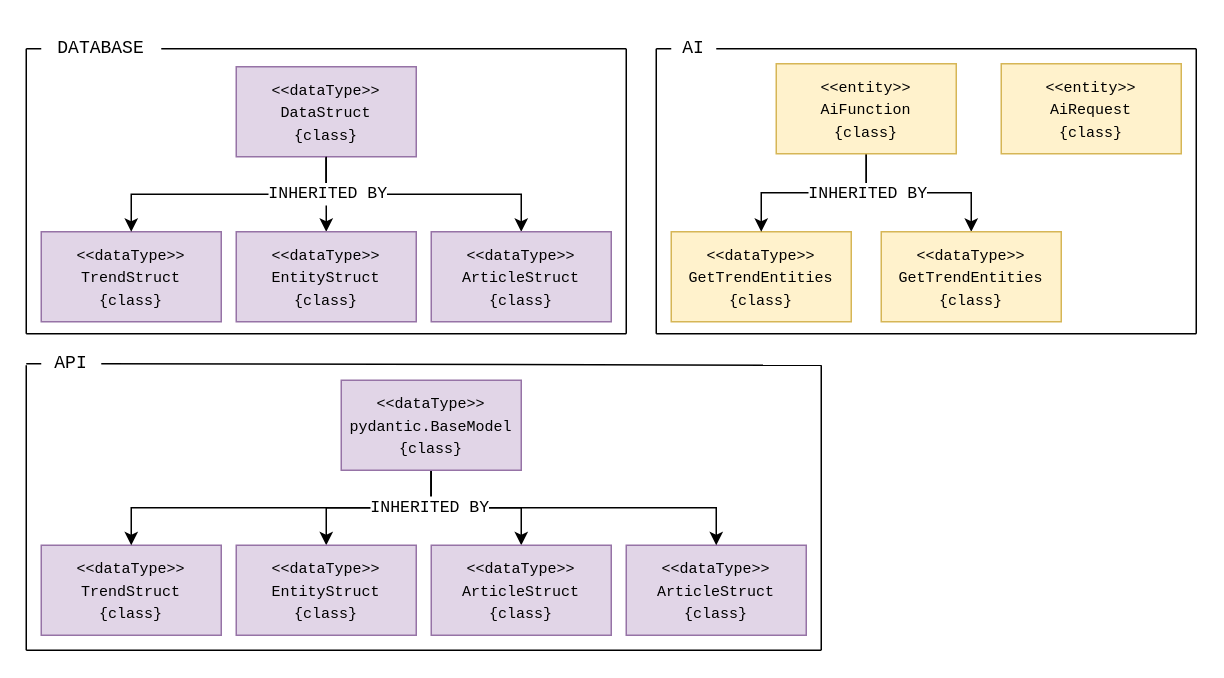
JamieLevitt/CiteThis keeps this draw.io diagram as Documentation/Diagrams/ConceptualClassOverviewDiagram.drawio. Above is the earlier version. Source tidied: cells renumbered, new cells numbered last; positions are measured from the earlier drawing's top-left corner, leaving out a move shared by most shapes. Both pictures are drawn from the tidied source at 150%, with x=0, y=0 at pixel (26, 26).
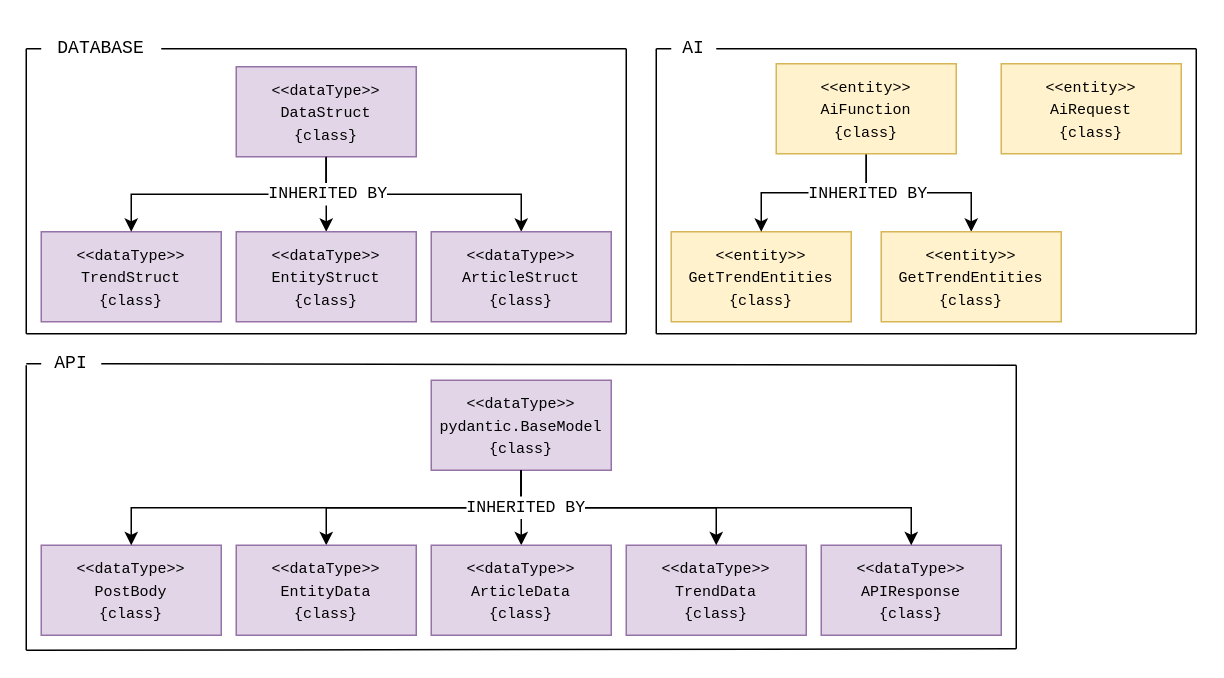
The same page after the edit.

The change refers to these unchanged cells:
```xml
<mxCell id="2" style="group;" parent="1" vertex="1">
  <mxGeometry y="5" width="420" height="375" as="geometry" />
</mxCell>
<mxCell id="24" style="edgeStyle=orthogonalEdgeStyle;rounded=0;jettySize=auto;html=1;exitX=0.5;exitY=1;exitDx=0;exitDy=0;entryX=0.5;entryY=0;entryDx=0;entryDy=0;" parent="1" edge="1" source="26" target="18">
  <mxGeometry relative="1" as="geometry" />
</mxCell>
<mxCell id="33" style="group;" parent="1" vertex="1">
  <mxGeometry x="420" width="360" height="205" as="geometry" />
</mxCell>
```

Change to the diagram source:
```diff
@@
+    <mxCell id="26" value="&lt;div&gt;&lt;font face=&quot;Courier New&quot; style=&quot;font-size: 10px;&quot;&gt;&amp;lt;&amp;lt;dataType&amp;gt;&amp;gt;&lt;/font&gt;&lt;/div&gt;&lt;div&gt;&lt;font size=&quot;1&quot; face=&quot;Courier New&quot;&gt;pydantic.BaseModel&lt;/font&gt;&lt;/div&gt;&lt;div&gt;&lt;font face=&quot;Courier New&quot; size=&quot;1&quot;&gt;{class}&lt;/font&gt;&lt;/div&gt;" style="rounded=0;whiteSpace=wrap;html=1;fillColor=#e1d5e7;strokeColor=#9673a6;" parent="2" vertex="1">
+      <mxGeometry x="270" y="231" width="120" height="60" as="geometry" />
+    </mxCell>
-    <mxCell id="18" value="&lt;div&gt;&lt;font face=&quot;Courier New&quot; style=&quot;font-size: 10px;&quot;&gt;&amp;lt;&amp;lt;dataType&amp;gt;&amp;gt;&lt;/font&gt;&lt;/div&gt;&lt;div&gt;&lt;span style=&quot;font-family: &amp;quot;Courier New&amp;quot;; font-size: x-small; background-color: transparent; color: light-dark(rgb(0, 0, 0), rgb(255, 255, 255));&quot;&gt;ArticleStruct&lt;/span&gt;&lt;/div&gt;&lt;div&gt;&lt;span style=&quot;font-family: &amp;quot;Courier New&amp;quot;; font-size: x-small; background-color: transparent; color: light-dark(rgb(0, 0, 0), rgb(255, 255, 255));&quot;&gt;{class}&lt;/span&gt;&lt;/div&gt;" style="rounded=0;whiteSpace=wrap;html=1;fillColor=#e1d5e7;strokeColor=#9673a6;" parent="1" vertex="1">
+    <mxCell id="18" value="&lt;div&gt;&lt;font face=&quot;Courier New&quot; style=&quot;font-size: 10px;&quot;&gt;&amp;lt;&amp;lt;dataType&amp;gt;&amp;gt;&lt;/font&gt;&lt;/div&gt;&lt;div&gt;&lt;font size=&quot;1&quot; face=&quot;Courier New&quot;&gt;TrendData&lt;/font&gt;&lt;/div&gt;&lt;div&gt;&lt;span style=&quot;font-family: &amp;quot;Courier New&amp;quot;; font-size: x-small; background-color: transparent; color: light-dark(rgb(0, 0, 0), rgb(255, 255, 255));&quot;&gt;{class}&lt;/span&gt;&lt;/div&gt;" style="rounded=0;whiteSpace=wrap;html=1;fillColor=#e1d5e7;strokeColor=#9673a6;" parent="1" vertex="1">
       <mxGeometry x="400" y="346" width="120" height="60" as="geometry" />
     </mxCell>
     <mxCell id="19" style="endArrow=none;html=1;rounded=0;exitX=1;exitY=0.5;exitDx=0;exitDy=0;" parent="1" edge="1">
       <mxGeometry relative="1" as="geometry">
         <mxPoint x="50" y="225" as="sourcePoint" />
-        <mxPoint x="530" y="226" as="targetPoint" />
+        <mxPoint x="660" y="226" as="targetPoint" />
       </mxGeometry>
     </mxCell>
-    <mxCell id="20" value="&lt;div&gt;&lt;font face=&quot;Courier New&quot; style=&quot;font-size: 10px;&quot;&gt;&amp;lt;&amp;lt;dataType&amp;gt;&amp;gt;&lt;/font&gt;&lt;/div&gt;&lt;div&gt;&lt;font face=&quot;Courier New&quot; size=&quot;1&quot;&gt;TrendStruct&lt;/font&gt;&lt;/div&gt;&lt;div&gt;&lt;font face=&quot;Courier New&quot; size=&quot;1&quot;&gt;{class}&lt;/font&gt;&lt;/div&gt;" style="rounded=0;whiteSpace=wrap;html=1;fillColor=#e1d5e7;strokeColor=#9673a6;" parent="1" vertex="1">
+    <mxCell id="20" value="&lt;div&gt;&lt;font face=&quot;Courier New&quot; style=&quot;font-size: 10px;&quot;&gt;&amp;lt;&amp;lt;dataType&amp;gt;&amp;gt;&lt;/font&gt;&lt;/div&gt;&lt;div&gt;&lt;font size=&quot;1&quot; face=&quot;Courier New&quot;&gt;PostBody&lt;/font&gt;&lt;/div&gt;&lt;div&gt;&lt;font face=&quot;Courier New&quot; size=&quot;1&quot;&gt;{class}&lt;/font&gt;&lt;/div&gt;" style="rounded=0;whiteSpace=wrap;html=1;fillColor=#e1d5e7;strokeColor=#9673a6;" parent="1" vertex="1">
       <mxGeometry x="10" y="346" width="120" height="60" as="geometry" />
     </mxCell>
@@
-    <mxCell id="25" value="&lt;font face=&quot;Courier New&quot;&gt;INHERITED BY&lt;/font&gt;" style="edgeLabel;html=1;align=center;verticalAlign=middle;" parent="24" vertex="1">
-      <mxGeometry x="-0.8" y="-2" relative="1" as="geometry" />
-    </mxCell>
-    <mxCell id="26" value="&lt;div&gt;&lt;font face=&quot;Courier New&quot; style=&quot;font-size: 10px;&quot;&gt;&amp;lt;&amp;lt;dataType&amp;gt;&amp;gt;&lt;/font&gt;&lt;/div&gt;&lt;div&gt;&lt;font size=&quot;1&quot; face=&quot;Courier New&quot;&gt;pydantic.BaseModel&lt;/font&gt;&lt;/div&gt;&lt;div&gt;&lt;font face=&quot;Courier New&quot; size=&quot;1&quot;&gt;{class}&lt;/font&gt;&lt;/div&gt;" style="rounded=0;whiteSpace=wrap;html=1;fillColor=#e1d5e7;strokeColor=#9673a6;" parent="1" vertex="1">
-      <mxGeometry x="210" y="236" width="120" height="60" as="geometry" />
-    </mxCell>
-    <mxCell id="27" value="&lt;div&gt;&lt;font face=&quot;Courier New&quot; style=&quot;font-size: 10px;&quot;&gt;&amp;lt;&amp;lt;dataType&amp;gt;&amp;gt;&lt;/font&gt;&lt;/div&gt;&lt;div&gt;&lt;font face=&quot;Courier New&quot; size=&quot;1&quot;&gt;EntityStruct&lt;/font&gt;&lt;/div&gt;&lt;div&gt;&lt;font face=&quot;Courier New&quot; size=&quot;1&quot;&gt;{class}&lt;/font&gt;&lt;/div&gt;" style="rounded=0;whiteSpace=wrap;html=1;fillColor=#e1d5e7;strokeColor=#9673a6;" parent="1" vertex="1">
+    <mxCell id="27" value="&lt;div&gt;&lt;font face=&quot;Courier New&quot; style=&quot;font-size: 10px;&quot;&gt;&amp;lt;&amp;lt;dataType&amp;gt;&amp;gt;&lt;/font&gt;&lt;/div&gt;&lt;div&gt;&lt;font size=&quot;1&quot; face=&quot;Courier New&quot;&gt;EntityData&lt;/font&gt;&lt;/div&gt;&lt;div&gt;&lt;font face=&quot;Courier New&quot; size=&quot;1&quot;&gt;{class}&lt;/font&gt;&lt;/div&gt;" style="rounded=0;whiteSpace=wrap;html=1;fillColor=#e1d5e7;strokeColor=#9673a6;" parent="1" vertex="1">
       <mxGeometry x="140" y="346" width="120" height="60" as="geometry" />
     </mxCell>
-    <mxCell id="28" value="&lt;div&gt;&lt;font face=&quot;Courier New&quot; style=&quot;font-size: 10px;&quot;&gt;&amp;lt;&amp;lt;dataType&amp;gt;&amp;gt;&lt;/font&gt;&lt;/div&gt;&lt;div&gt;&lt;span style=&quot;font-family: &amp;quot;Courier New&amp;quot;; font-size: x-small; background-color: transparent; color: light-dark(rgb(0, 0, 0), rgb(255, 255, 255));&quot;&gt;ArticleStruct&lt;/span&gt;&lt;/div&gt;&lt;div&gt;&lt;span style=&quot;font-family: &amp;quot;Courier New&amp;quot;; font-size: x-small; background-color: transparent; color: light-dark(rgb(0, 0, 0), rgb(255, 255, 255));&quot;&gt;{class}&lt;/span&gt;&lt;/div&gt;" style="rounded=0;whiteSpace=wrap;html=1;fillColor=#e1d5e7;strokeColor=#9673a6;" parent="1" vertex="1">
+    <mxCell id="28" value="&lt;div&gt;&lt;font face=&quot;Courier New&quot; style=&quot;font-size: 10px;&quot;&gt;&amp;lt;&amp;lt;dataType&amp;gt;&amp;gt;&lt;/font&gt;&lt;/div&gt;&lt;div&gt;&lt;font size=&quot;1&quot; face=&quot;Courier New&quot;&gt;ArticleData&lt;/font&gt;&lt;/div&gt;&lt;div&gt;&lt;span style=&quot;font-family: &amp;quot;Courier New&amp;quot;; font-size: x-small; background-color: transparent; color: light-dark(rgb(0, 0, 0), rgb(255, 255, 255));&quot;&gt;{class}&lt;/span&gt;&lt;/div&gt;" style="rounded=0;whiteSpace=wrap;html=1;fillColor=#e1d5e7;strokeColor=#9673a6;" parent="1" vertex="1">
       <mxGeometry x="270" y="346" width="120" height="60" as="geometry" />
     </mxCell>
     <mxCell id="29" style="endArrow=none;html=1;rounded=0;" parent="1" edge="1">
       <mxGeometry relative="1" as="geometry">
         <mxPoint y="416" as="sourcePoint" />
-        <mxPoint x="530" y="416" as="targetPoint" />
+        <mxPoint x="660" y="415" as="targetPoint" />
       </mxGeometry>
     </mxCell>
@@
     <mxCell id="32" style="endArrow=none;html=1;rounded=0;" parent="1" edge="1">
       <mxGeometry relative="1" as="geometry">
-        <mxPoint x="530" y="416" as="sourcePoint" />
-        <mxPoint x="530" y="226" as="targetPoint" />
+        <mxPoint x="660" y="415" as="sourcePoint" />
+        <mxPoint x="660" y="226" as="targetPoint" />
+        <Array as="points">
+          <mxPoint x="660" y="315" />
+        </Array>
       </mxGeometry>
     </mxCell>
@@
-    <mxCell id="36" value="&lt;div&gt;&lt;font face=&quot;Courier New&quot; style=&quot;font-size: 10px;&quot;&gt;&amp;lt;&amp;lt;dataType&amp;gt;&amp;gt;&lt;/font&gt;&lt;/div&gt;&lt;div&gt;&lt;font size=&quot;1&quot; face=&quot;Courier New&quot;&gt;GetTrendEntities&lt;/font&gt;&lt;/div&gt;&lt;div&gt;&lt;font face=&quot;Courier New&quot; size=&quot;1&quot;&gt;{class}&lt;/font&gt;&lt;/div&gt;" style="rounded=0;whiteSpace=wrap;html=1;fillColor=#fff2cc;strokeColor=#d6b656;" parent="33" vertex="1">
+    <mxCell id="36" value="&lt;div&gt;&lt;font face=&quot;Courier New&quot; style=&quot;font-size: 10px;&quot;&gt;&amp;lt;&amp;lt;entity&amp;gt;&amp;gt;&lt;/font&gt;&lt;/div&gt;&lt;div&gt;&lt;font size=&quot;1&quot; face=&quot;Courier New&quot;&gt;GetTrendEntities&lt;/font&gt;&lt;/div&gt;&lt;div&gt;&lt;font face=&quot;Courier New&quot; size=&quot;1&quot;&gt;{class}&lt;/font&gt;&lt;/div&gt;" style="rounded=0;whiteSpace=wrap;html=1;fillColor=#fff2cc;strokeColor=#d6b656;" parent="33" vertex="1">
       <mxGeometry x="10" y="137" width="120" height="60" as="geometry" />
     </mxCell>
@@
-    <mxCell id="40" value="&lt;div&gt;&lt;font face=&quot;Courier New&quot; style=&quot;font-size: 10px;&quot;&gt;&amp;lt;&amp;lt;dataType&amp;gt;&amp;gt;&lt;/font&gt;&lt;/div&gt;&lt;div&gt;&lt;font size=&quot;1&quot; face=&quot;Courier New&quot;&gt;GetTrendEntities&lt;/font&gt;&lt;/div&gt;&lt;div&gt;&lt;span style=&quot;font-family: &amp;quot;Courier New&amp;quot;; font-size: x-small; background-color: transparent; color: light-dark(rgb(0, 0, 0), rgb(255, 255, 255));&quot;&gt;{class}&lt;/span&gt;&lt;/div&gt;" style="rounded=0;whiteSpace=wrap;html=1;fillColor=#fff2cc;strokeColor=#d6b656;" parent="33" vertex="1">
+    <mxCell id="40" value="&lt;div&gt;&lt;font face=&quot;Courier New&quot; style=&quot;font-size: 10px;&quot;&gt;&amp;lt;&amp;lt;entity&amp;gt;&amp;gt;&lt;/font&gt;&lt;/div&gt;&lt;div&gt;&lt;font size=&quot;1&quot; face=&quot;Courier New&quot;&gt;GetTrendEntities&lt;/font&gt;&lt;/div&gt;&lt;div&gt;&lt;span style=&quot;font-family: &amp;quot;Courier New&amp;quot;; font-size: x-small; background-color: transparent; color: light-dark(rgb(0, 0, 0), rgb(255, 255, 255));&quot;&gt;{class}&lt;/span&gt;&lt;/div&gt;" style="rounded=0;whiteSpace=wrap;html=1;fillColor=#fff2cc;strokeColor=#d6b656;" parent="33" vertex="1">
       <mxGeometry x="150" y="137" width="120" height="60" as="geometry" />
     </mxCell>
@@
+    <mxCell id="47" value="&lt;div&gt;&lt;font face=&quot;Courier New&quot; style=&quot;font-size: 10px;&quot;&gt;&amp;lt;&amp;lt;dataType&amp;gt;&amp;gt;&lt;/font&gt;&lt;/div&gt;&lt;div&gt;&lt;font size=&quot;1&quot; face=&quot;Courier New&quot;&gt;APIResponse&lt;/font&gt;&lt;/div&gt;&lt;div&gt;&lt;span style=&quot;font-family: &amp;quot;Courier New&amp;quot;; font-size: x-small; background-color: transparent; color: light-dark(rgb(0, 0, 0), rgb(255, 255, 255));&quot;&gt;{class}&lt;/span&gt;&lt;/div&gt;" style="rounded=0;whiteSpace=wrap;html=1;fillColor=#e1d5e7;strokeColor=#9673a6;" parent="1" vertex="1">
+      <mxGeometry x="530" y="346" width="120" height="60" as="geometry" />
+    </mxCell>
+    <mxCell id="48" style="edgeStyle=orthogonalEdgeStyle;rounded=0;jettySize=auto;html=1;exitX=0.5;exitY=1;exitDx=0;exitDy=0;entryX=0.5;entryY=0;entryDx=0;entryDy=0;" parent="1" edge="1" source="26" target="47">
+      <mxGeometry relative="1" as="geometry" />
+    </mxCell>
+    <mxCell id="25" value="&lt;font face=&quot;Courier New&quot;&gt;INHERITED BY&lt;/font&gt;" style="edgeLabel;html=1;align=center;verticalAlign=middle;" parent="1" vertex="1">
+      <mxGeometry x="332" y="320.2" as="geometry" />
+    </mxCell>
```
